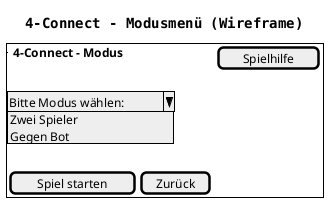
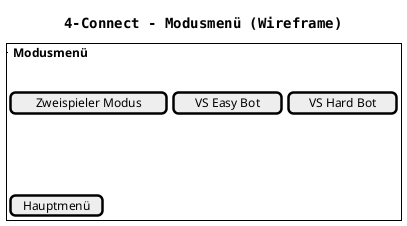
@startuml
title 4-Connect - Modusmenü (Wireframe)

skinparam defaultFontName Monospaced

salt
{
  {+
-     {^ **4-Connect - Modus** }{[ Spielhilfe ]}
+     {^ **Modusmenü** }
    .
-     ^Bitte Modus wählen:^ Zwei Spieler^ Gegen Bot^ |
+     {[ Zweispieler Modus ] | [ VS Easy Bot ] | [ VS Hard Bot ]}
    .
    .
    .
    .
-     {[ Spiel starten ] | [ Zurück ]}
+     {[ Hauptmenü ]}
  }
}
@enduml
